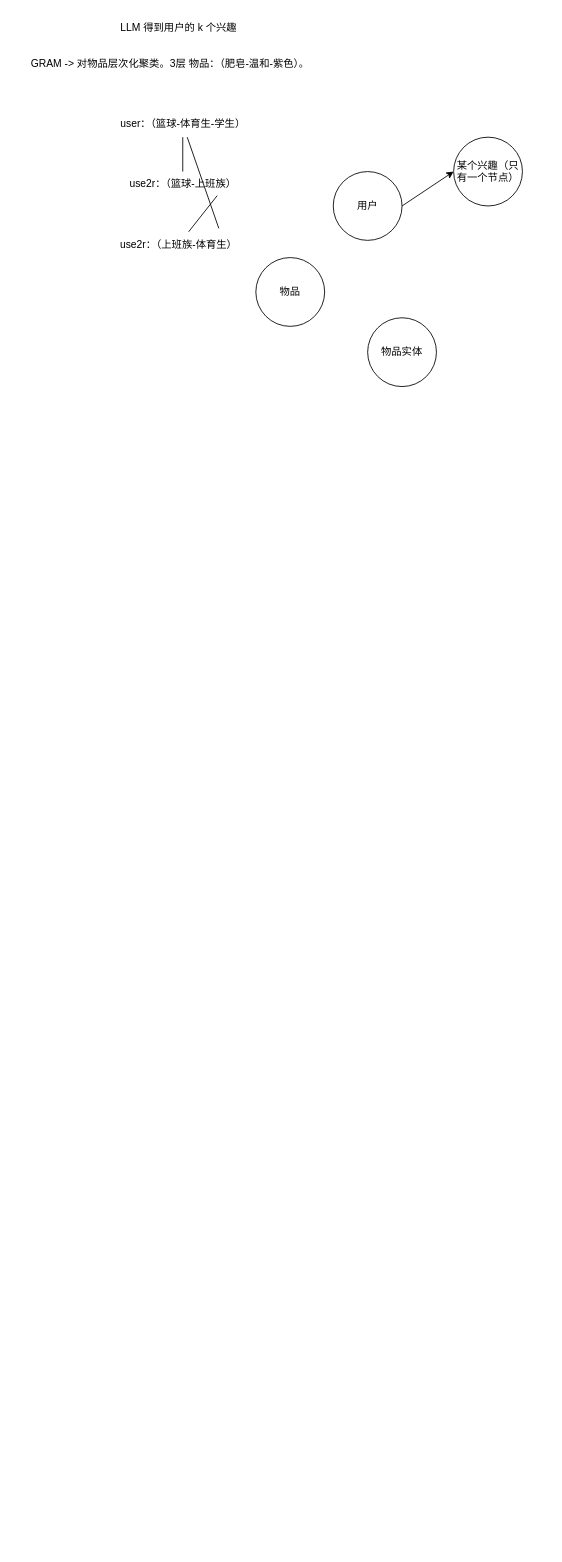
Above: cikg_test.drawio in htired/git-demo (draw.io), before the change. Source tidied: cells renumbered, new cells numbered last; positions are measured from the earlier drawing's top-left corner, leaving out a move shared by most shapes. Both pictures are drawn from the tidied source at 86%, with x=0, y=0 at pixel (15, 15).
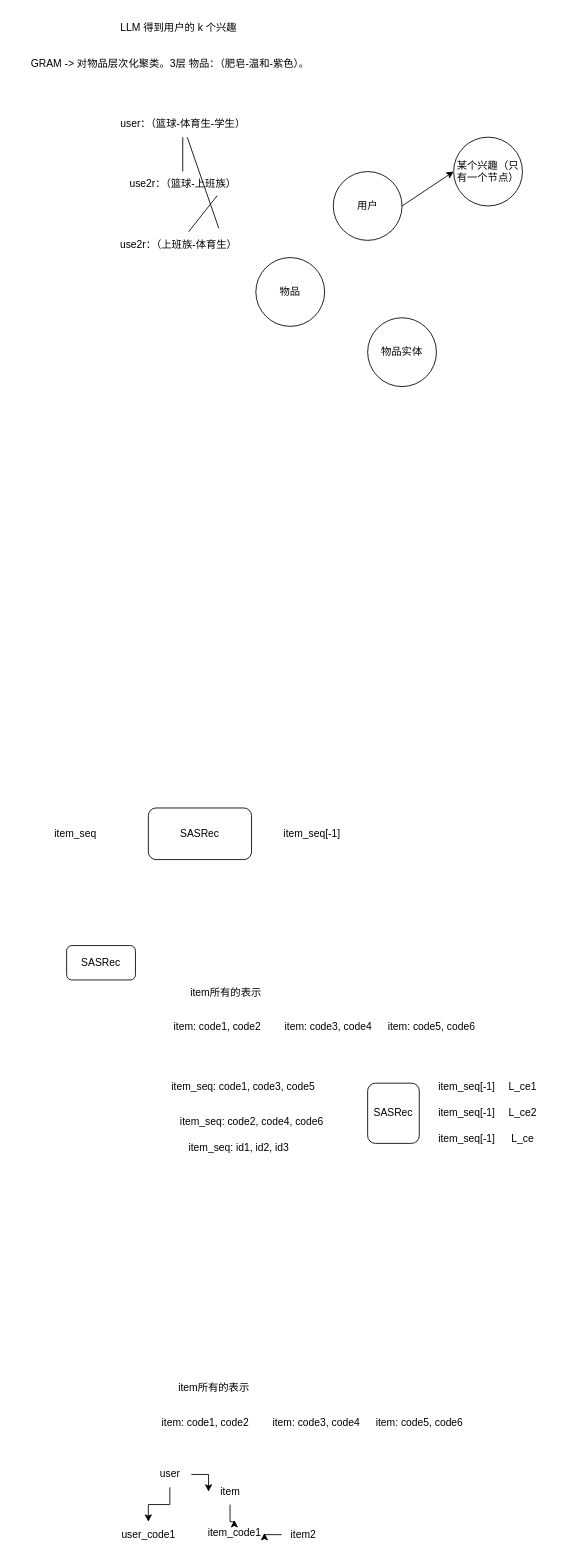
The same diagram, later.

The edit, as a diff of the source:
```diff
@@
+    <mxCell id="15" value="SASRec" style="rounded=1;whiteSpace=wrap;html=1;" parent="1" vertex="1">
+      <mxGeometry x="155" y="922" width="120" height="60" as="geometry" />
+    </mxCell>
+    <mxCell id="16" value="item_seq" style="text;html=1;align=center;verticalAlign=middle;strokeColor=none;fillColor=none;" parent="1" vertex="1">
+      <mxGeometry x="35" y="937" width="70" height="30" as="geometry" />
+    </mxCell>
+    <mxCell id="17" value="item_seq[-1]" style="text;html=1;align=center;verticalAlign=middle;strokeColor=none;fillColor=none;" parent="1" vertex="1">
+      <mxGeometry x="300" y="937" width="90" height="30" as="geometry" />
+    </mxCell>
+    <mxCell id="18" value="SASRec" style="rounded=1;whiteSpace=wrap;html=1;" parent="1" vertex="1">
+      <mxGeometry x="60" y="1082" width="80" height="40" as="geometry" />
+    </mxCell>
+    <mxCell id="19" value="item所有的表示" style="text;html=1;align=center;verticalAlign=middle;strokeColor=none;fillColor=none;" parent="1" vertex="1">
+      <mxGeometry x="190" y="1122" width="110" height="30" as="geometry" />
+    </mxCell>
+    <mxCell id="20" value="item: code1, code2" style="text;html=1;align=center;verticalAlign=middle;strokeColor=none;fillColor=none;" parent="1" vertex="1">
+      <mxGeometry x="175" y="1162" width="120" height="30" as="geometry" />
+    </mxCell>
+    <mxCell id="21" value="item: code5, code6" style="text;html=1;align=center;verticalAlign=middle;strokeColor=none;fillColor=none;" parent="1" vertex="1">
+      <mxGeometry x="424" y="1162" width="120" height="30" as="geometry" />
+    </mxCell>
+    <mxCell id="22" value="item: code3, code4" style="text;html=1;align=center;verticalAlign=middle;strokeColor=none;fillColor=none;" parent="1" vertex="1">
+      <mxGeometry x="304" y="1162" width="120" height="30" as="geometry" />
+    </mxCell>
+    <mxCell id="23" value="item_seq: code1, code3, code5" style="text;html=1;align=center;verticalAlign=middle;strokeColor=none;fillColor=none;" parent="1" vertex="1">
+      <mxGeometry x="170" y="1232" width="190" height="30" as="geometry" />
+    </mxCell>
+    <mxCell id="24" value="item_seq: code2, code4, code6" style="text;html=1;align=center;verticalAlign=middle;strokeColor=none;fillColor=none;" parent="1" vertex="1">
+      <mxGeometry x="180" y="1272" width="190" height="30" as="geometry" />
+    </mxCell>
+    <mxCell id="25" value="item_seq: id1, id2, id3" style="text;html=1;align=center;verticalAlign=middle;strokeColor=none;fillColor=none;" parent="1" vertex="1">
+      <mxGeometry x="190" y="1302" width="140" height="30" as="geometry" />
+    </mxCell>
+    <mxCell id="26" value="SASRec" style="rounded=1;whiteSpace=wrap;html=1;" parent="1" vertex="1">
+      <mxGeometry x="410" y="1242" width="60" height="70" as="geometry" />
+    </mxCell>
+    <mxCell id="27" value="item_seq[-1]" style="text;html=1;align=center;verticalAlign=middle;strokeColor=none;fillColor=none;" parent="1" vertex="1">
+      <mxGeometry x="480" y="1232" width="90" height="30" as="geometry" />
+    </mxCell>
+    <mxCell id="28" value="item_seq[-1]" style="text;html=1;align=center;verticalAlign=middle;strokeColor=none;fillColor=none;" parent="1" vertex="1">
+      <mxGeometry x="480" y="1262" width="90" height="30" as="geometry" />
+    </mxCell>
+    <mxCell id="29" value="item_seq[-1]" style="text;html=1;align=center;verticalAlign=middle;strokeColor=none;fillColor=none;" parent="1" vertex="1">
+      <mxGeometry x="480" y="1292" width="90" height="30" as="geometry" />
+    </mxCell>
+    <mxCell id="30" value="L_ce1" style="text;html=1;align=center;verticalAlign=middle;strokeColor=none;fillColor=none;" parent="1" vertex="1">
+      <mxGeometry x="560" y="1232" width="60" height="30" as="geometry" />
+    </mxCell>
+    <mxCell id="31" value="L_ce2" style="text;html=1;align=center;verticalAlign=middle;strokeColor=none;fillColor=none;" parent="1" vertex="1">
+      <mxGeometry x="560" y="1262" width="60" height="30" as="geometry" />
+    </mxCell>
+    <mxCell id="32" value="L_ce" style="text;html=1;align=center;verticalAlign=middle;strokeColor=none;fillColor=none;" parent="1" vertex="1">
+      <mxGeometry x="565" y="1292" width="50" height="30" as="geometry" />
+    </mxCell>
+    <mxCell id="33" value="item所有的表示" style="text;html=1;align=center;verticalAlign=middle;strokeColor=none;fillColor=none;" parent="1" vertex="1">
+      <mxGeometry x="175.5" y="1582" width="110" height="30" as="geometry" />
+    </mxCell>
+    <mxCell id="34" value="item: code1, code2" style="text;html=1;align=center;verticalAlign=middle;strokeColor=none;fillColor=none;" parent="1" vertex="1">
+      <mxGeometry x="160.5" y="1622" width="120" height="30" as="geometry" />
+    </mxCell>
+    <mxCell id="35" value="item: code5, code6" style="text;html=1;align=center;verticalAlign=middle;strokeColor=none;fillColor=none;" parent="1" vertex="1">
+      <mxGeometry x="409.5" y="1622" width="120" height="30" as="geometry" />
+    </mxCell>
+    <mxCell id="36" value="item: code3, code4" style="text;html=1;align=center;verticalAlign=middle;strokeColor=none;fillColor=none;" parent="1" vertex="1">
+      <mxGeometry x="289.5" y="1622" width="120" height="30" as="geometry" />
+    </mxCell>
+    <mxCell id="37" style="edgeStyle=orthogonalEdgeStyle;rounded=0;jettySize=auto;html=1;" parent="1" edge="1" source="39" target="43">
+      <mxGeometry relative="1" as="geometry" />
+    </mxCell>
+    <mxCell id="38" style="edgeStyle=orthogonalEdgeStyle;rounded=0;jettySize=auto;html=1;" parent="1" edge="1" source="39" target="41">
+      <mxGeometry relative="1" as="geometry" />
+    </mxCell>
+    <mxCell id="39" value="user" style="text;html=1;align=center;verticalAlign=middle;points=[];strokeColor=none;fillColor=none;" parent="1" vertex="1">
+      <mxGeometry x="155" y="1682" width="50" height="30" as="geometry" />
+    </mxCell>
+    <mxCell id="40" style="edgeStyle=orthogonalEdgeStyle;rounded=0;jettySize=auto;html=1;" parent="1" edge="1" source="41" target="42">
+      <mxGeometry relative="1" as="geometry" />
+    </mxCell>
+    <mxCell id="41" value="item" style="text;html=1;align=center;verticalAlign=middle;points=[];strokeColor=none;fillColor=none;" parent="1" vertex="1">
+      <mxGeometry x="225" y="1702" width="50" height="30" as="geometry" />
+    </mxCell>
+    <mxCell id="42" value="item_code1" style="text;html=1;align=center;verticalAlign=middle;points=[];strokeColor=none;fillColor=none;" parent="1" vertex="1">
+      <mxGeometry x="210" y="1750" width="90" height="30" as="geometry" />
+    </mxCell>
+    <mxCell id="43" value="user_code1" style="text;html=1;align=center;verticalAlign=middle;points=[];strokeColor=none;fillColor=none;" parent="1" vertex="1">
+      <mxGeometry x="110" y="1752" width="90" height="30" as="geometry" />
+    </mxCell>
+    <mxCell id="44" style="edgeStyle=orthogonalEdgeStyle;rounded=0;jettySize=auto;html=1;" parent="1" edge="1" source="45" target="42">
+      <mxGeometry relative="1" as="geometry" />
+    </mxCell>
+    <mxCell id="45" value="item2" style="text;html=1;align=center;verticalAlign=middle;points=[];strokeColor=none;fillColor=none;" parent="1" vertex="1">
+      <mxGeometry x="310" y="1752" width="50" height="30" as="geometry" />
+    </mxCell>
```
